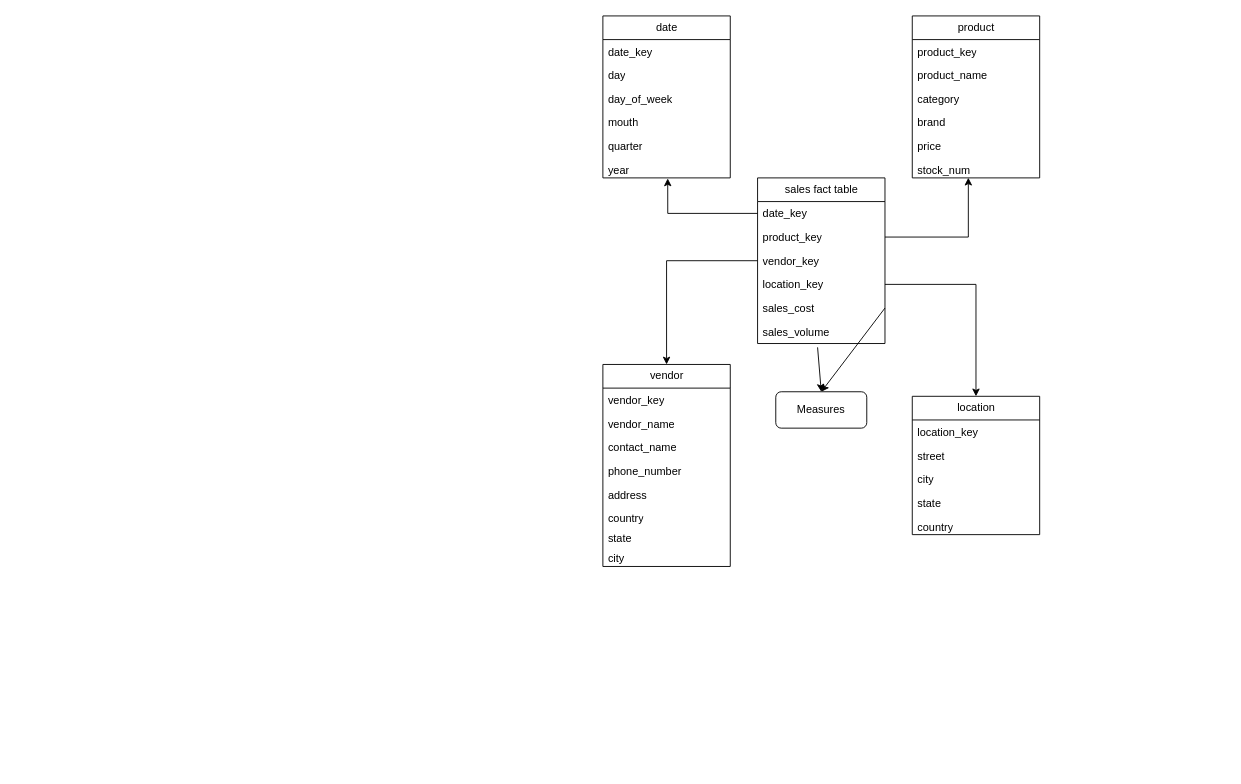
Iaiolk/VerilogCDE keeps this draw.io diagram as DM.drawio. Above is the earlier version. Source tidied: cells renumbered, new cells numbered last; positions are measured from the earlier drawing's top-left corner, leaving out a move shared by most shapes. Both pictures are drawn from the tidied source at 91%, with x=0, y=0 at pixel (602, 15).
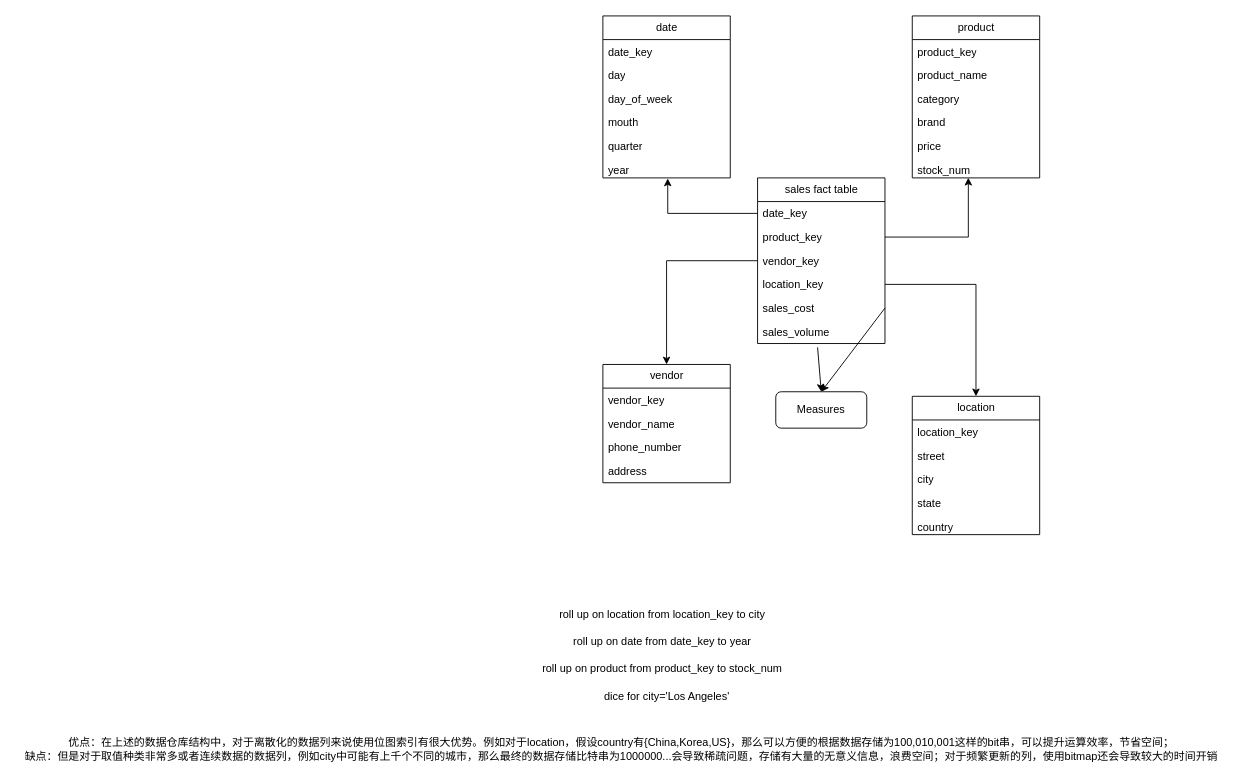
After the change.

The edit, as a diff of the source:
```diff
@@
     <mxCell id="24" value="vendor" style="swimlane;fontStyle=0;horizontal=1;startSize=26;fillColor=none;html=1;" parent="1" vertex="1">
-      <mxGeometry y="383" width="140" height="222" as="geometry" />
+      <mxGeometry y="383" width="140" height="130" as="geometry" />
     </mxCell>
@@
-    <mxCell id="27" value="contact_name" style="text;strokeColor=none;fillColor=none;align=left;verticalAlign=top;spacingLeft=4;spacingRight=4;overflow=hidden;whiteSpace=wrap;html=1;" parent="24" vertex="1">
-      <mxGeometry y="78" width="140" height="26" as="geometry" />
-    </mxCell>
     <mxCell id="28" value="phone_number" style="text;strokeColor=none;fillColor=none;align=left;verticalAlign=top;spacingLeft=4;spacingRight=4;overflow=hidden;whiteSpace=wrap;html=1;" parent="24" vertex="1">
-      <mxGeometry y="104" width="140" height="26" as="geometry" />
+      <mxGeometry y="78" width="140" height="26" as="geometry" />
     </mxCell>
     <mxCell id="29" value="address" style="text;strokeColor=none;fillColor=none;align=left;verticalAlign=top;spacingLeft=4;spacingRight=4;overflow=hidden;whiteSpace=wrap;html=1;" parent="24" vertex="1">
-      <mxGeometry y="130" width="140" height="26" as="geometry" />
+      <mxGeometry y="104" width="140" height="26" as="geometry" />
     </mxCell>
-    <mxCell id="30" value="country" style="text;strokeColor=none;fillColor=none;align=left;verticalAlign=top;spacingLeft=4;spacingRight=4;overflow=hidden;whiteSpace=wrap;html=1;" parent="24" vertex="1">
-      <mxGeometry y="156" width="140" height="22" as="geometry" />
-    </mxCell>
-    <mxCell id="31" value="state" style="text;strokeColor=none;fillColor=none;align=left;verticalAlign=top;spacingLeft=4;spacingRight=4;overflow=hidden;whiteSpace=wrap;html=1;" parent="24" vertex="1">
-      <mxGeometry y="178" width="140" height="22" as="geometry" />
-    </mxCell>
-    <mxCell id="32" value="city" style="text;strokeColor=none;fillColor=none;align=left;verticalAlign=top;spacingLeft=4;spacingRight=4;overflow=hidden;whiteSpace=wrap;html=1;" parent="24" vertex="1">
-      <mxGeometry y="200" width="140" height="22" as="geometry" />
-    </mxCell>
@@
+    <mxCell id="45" value="roll up on location from location_key to city" style="text;html=1;align=center;verticalAlign=middle;strokeColor=none;fillColor=none;" parent="1" vertex="1">
+      <mxGeometry x="-60" y="643" width="250" height="30" as="geometry" />
+    </mxCell>
+    <mxCell id="46" value="roll up on product from product_key to stock_num" style="text;html=1;align=center;verticalAlign=middle;strokeColor=none;fillColor=none;" parent="1" vertex="1">
+      <mxGeometry x="-80" y="703" width="290" height="30" as="geometry" />
+    </mxCell>
+    <mxCell id="47" value="roll up on date from date_key to year" style="text;html=1;align=center;verticalAlign=middle;strokeColor=none;fillColor=none;" parent="1" vertex="1">
+      <mxGeometry x="-45" y="673" width="220" height="30" as="geometry" />
+    </mxCell>
+    <mxCell id="48" value="dice for city='Los Angeles'" style="text;html=1;align=center;verticalAlign=middle;strokeColor=none;fillColor=none;" parent="1" vertex="1">
+      <mxGeometry x="-10" y="733" width="160" height="30" as="geometry" />
+    </mxCell>
+    <mxCell id="49" value="优点：在上述的数据仓库结构中，对于离散化的数据列来说使用位图索引有很大优势。例如对于location，假设country有{China,Korea,US}，那么可以方便的根据数据存储为100,010,001这样的bit串，可以提升运算效率，节省空间；&lt;div&gt;缺点：但是对于取值种类非常多&lt;span style=&quot;background-color: initial;&quot;&gt;或者连续数据&lt;/span&gt;&lt;span style=&quot;background-color: initial;&quot;&gt;的数据列，例如city中可能有上千个不同的城市，那么最终的数据存储比特串为1000000...会导致稀疏问题，存储有大量的无意义信息，浪费空间；对于频繁更新的列，使用bitmap还会导致较大的时间开销&lt;/span&gt;&lt;/div&gt;" style="text;html=1;align=center;verticalAlign=middle;strokeColor=none;fillColor=none;" parent="1" vertex="1">
+      <mxGeometry x="-645" y="786" width="1330" height="40" as="geometry" />
+    </mxCell>
```
